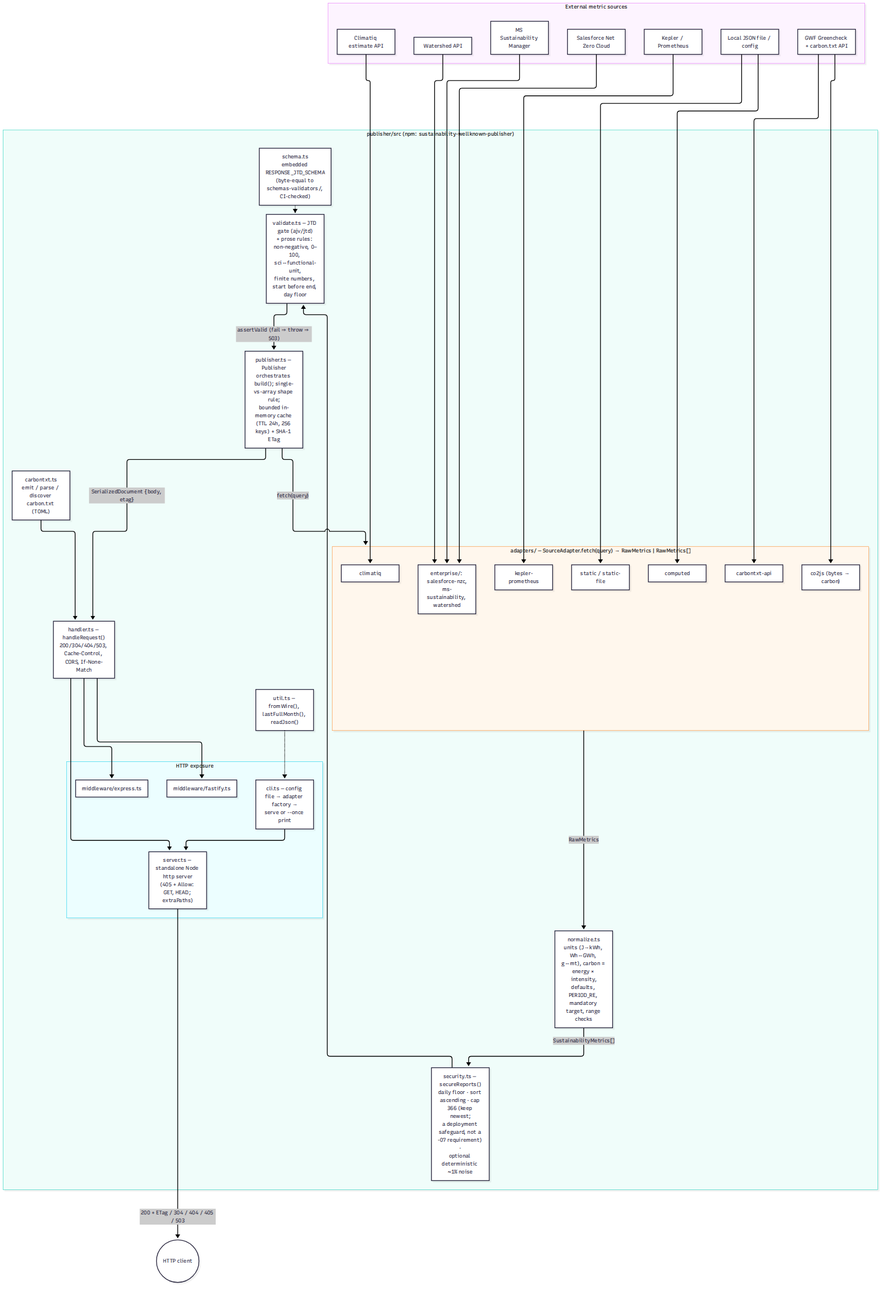
andreibesleaga/rfc-sustainability-wellknown keeps this Mermaid diagram as architecture/images/c4-component-publisher.png. Above is the earlier version. Its source is kept beside it as architecture/diagrams/c4-component-publisher.mmd.
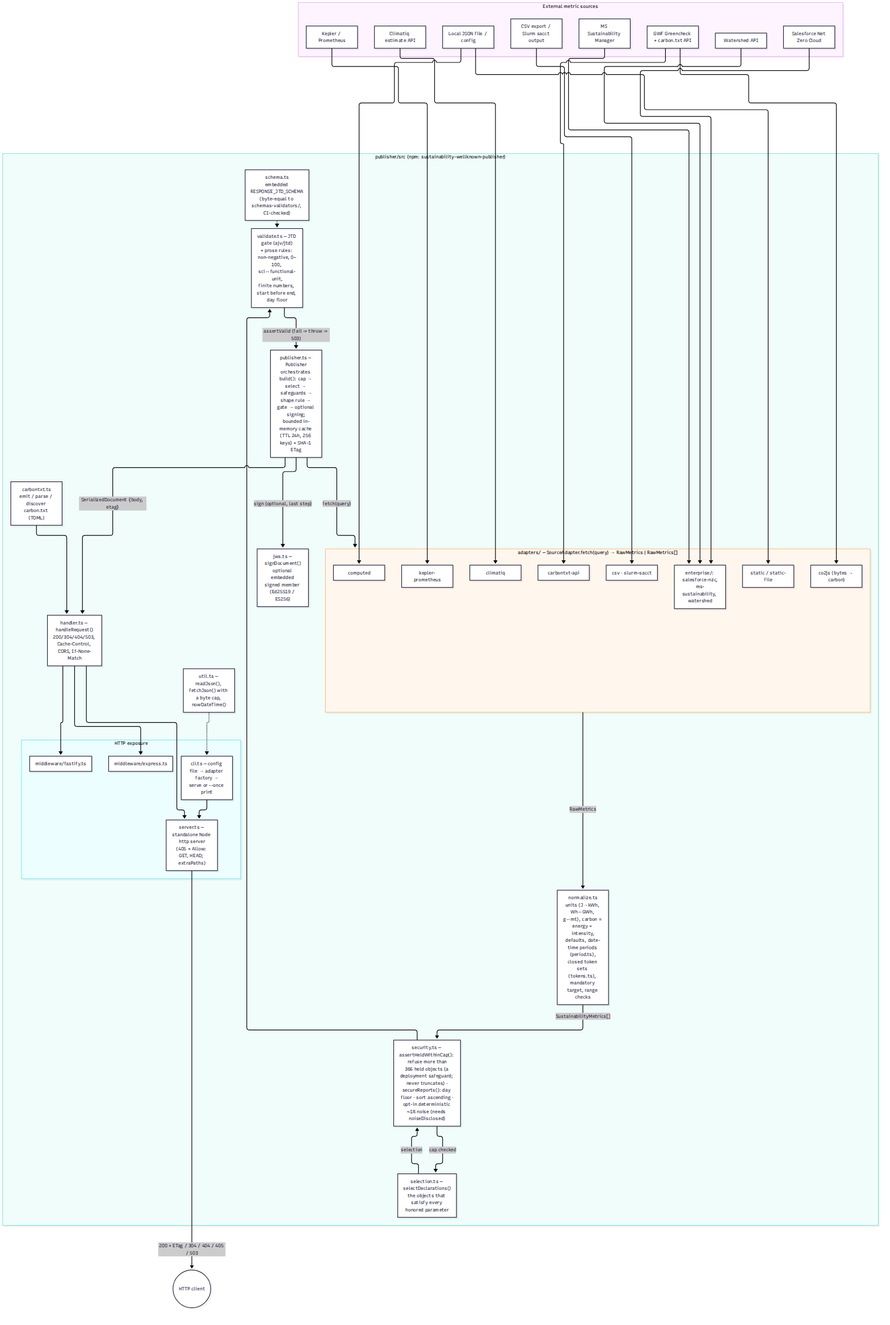
After the change.

What changed in the source:
```diff
@@ -8,6 +8,7 @@
         CQ["Climatiq estimate API"]
         GW["GWF Greencheck + carbon.txt API"]
         FS["Local JSON file / config"]
+        CS["CSV export / Slurm sacct output"]
     end
 
     subgraph PUB["publisher/src (npm: sustainability-wellknown-publisher)"]
@@ -19,12 +20,15 @@
             A5["co2js (bytes → carbon)"]
             A6["carbontxt-api"]
             A7["enterprise/: salesforce-nzc,<br/>ms-sustainability, watershed"]
+            A8["csv · slurm-sacct"]
         end
-        NORM["normalize.ts<br/>units (J→kWh, Wh↔GWh, g↔mt), carbon = energy × intensity,<br/>defaults, PERIOD_RE, mandatory target, range checks"]
-        SEC["security.ts — secureReports()<br/>daily floor · sort ascending · cap 366 (keep newest;<br/>a deployment safeguard, not a -07 requirement) ·<br/>optional deterministic ~1% noise"]
+        NORM["normalize.ts<br/>units (J→kWh, Wh↔GWh, g↔mt), carbon = energy × intensity,<br/>defaults, date-time periods (period.ts),<br/>closed token sets (tokens.ts), mandatory target, range checks"]
+        SEL["selection.ts — selectDeclarations()<br/>the objects that satisfy every honored parameter"]
+        SEC["security.ts — assertHeldWithinCap(): refuse more than<br/>366 held objects (a deployment safeguard; never truncates) ·<br/>secureReports(): day floor · sort ascending ·<br/>opt-in deterministic ~1% noise (needs noiseDisclosed)"]
         VAL["validate.ts — JTD gate (ajv/jtd)<br/>+ prose rules: non-negative, 0–100, sci↔functional-unit,<br/>finite numbers, start before end, day floor"]
         SCH["schema.ts<br/>embedded RESPONSE_JTD_SCHEMA<br/>(byte-equal to schemas-validators/, CI-checked)"]
-        PUBL["publisher.ts — Publisher<br/>orchestrates build(); single-vs-array shape rule;<br/>bounded in-memory cache (TTL 24h, 256 keys) + SHA-1 ETag"]
+        PUBL["publisher.ts — Publisher<br/>orchestrates build(): cap → select → safeguards →<br/>shape rule → gate → optional signing;<br/>bounded in-memory cache (TTL 24h, 256 keys) + SHA-1 ETag"]
+        JWS["jws.ts — signDocument()<br/>optional embedded signed member (Ed25519 / ES256)"]
         HANDLER["handler.ts — handleRequest()<br/>200/304/404/503, Cache-Control, CORS, If-None-Match"]
         CTXT["carbontxt.ts<br/>emit / parse / discover carbon.txt (TOML)"]
         subgraph HTTP["HTTP exposure"]
@@ -33,7 +37,7 @@
             FAS["middleware/fastify.ts"]
             CLI["cli.ts — config file → adapter factory →<br/>serve or --once print"]
         end
-        UTIL["util.ts — fromWire(), lastFullMonth(), readJson()"]
+        UTIL["util.ts — readJson(), fetchJson() with a byte cap, nowDateTime()"]
     end
 
     CLIENT(("HTTP client"))
@@ -47,13 +51,17 @@
     GW --> A6
     FS --> A1
     FS --> A2
+    CS --> A8
 
     PUBL -- "fetch(query)" --> ADP
     ADP -- "RawMetrics" --> NORM
     NORM -- "SustainabilityMetrics[]" --> SEC
+    SEC -- "cap checked" --> SEL
+    SEL -- "selection" --> SEC
     SEC --> VAL
     SCH -.-> VAL
     VAL -- "assertValid (fail ⇒ throw ⇒ 503)" --> PUBL
+    PUBL -- "sign (optional, last step)" --> JWS
     PUBL -- "SerializedDocument {body, etag}" --> HANDLER
     HANDLER --> SRV
     HANDLER --> EXP
```
